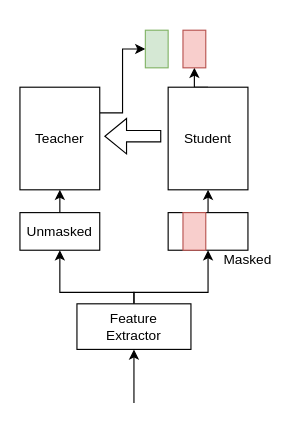
This is Drafts/data2vec.drawio from xrysamuel/my-drawio, a draw.io file, before an edit. Source tidied: cells renumbered, new cells numbered last; positions are measured from the earlier drawing's top-left corner, leaving out a move shared by most shapes. Both pictures are drawn from the tidied source at 114%, with x=0, y=0 at pixel (19, 30).
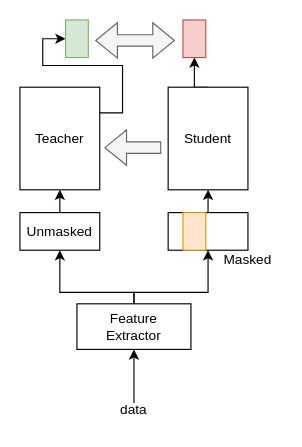
The same diagram, later.

Unchanged cells that the change refers to:
```xml
<mxCell id="11" value="Teacher" style="rounded=0;whiteSpace=wrap;html=1;" parent="1" vertex="1">
  <mxGeometry y="50" width="70" height="90" as="geometry" />
</mxCell>
```

Change to the diagram source:
```diff
@@
-    <mxCell id="9" style="rounded=0;whiteSpace=wrap;html=1;fillColor=#f8cecc;strokeColor=#b85450;fillStyle=auto;" parent="1" vertex="1">
+    <mxCell id="9" style="rounded=0;whiteSpace=wrap;html=1;fillColor=#ffe6cc;strokeColor=#d79b00;fillStyle=auto;" parent="1" vertex="1">
       <mxGeometry x="143" y="160" width="20" height="33" as="geometry" />
     </mxCell>
     <mxCell id="10" style="edgeStyle=orthogonalEdgeStyle;rounded=0;jettySize=auto;html=1;exitX=1;exitY=0.25;exitDx=0;exitDy=0;entryX=0;entryY=0.5;entryDx=0;entryDy=0;" parent="1" edge="1" source="11" target="15">
-      <mxGeometry relative="1" as="geometry" />
+      <mxGeometry relative="1" as="geometry">
+        <Array as="points">
+          <mxPoint x="90" y="73" />
+          <mxPoint x="90" y="31" />
+          <mxPoint x="20" y="31" />
+          <mxPoint x="20" y="8" />
+        </Array>
+      </mxGeometry>
     </mxCell>
@@
     <mxCell id="14" style="rounded=0;whiteSpace=wrap;html=1;fillColor=#f8cecc;strokeColor=#b85450;" parent="1" vertex="1">
-      <mxGeometry x="143" width="20" height="33" as="geometry" />
+      <mxGeometry x="143" y="-9" width="20" height="33" as="geometry" />
     </mxCell>
     <mxCell id="15" style="rounded=0;whiteSpace=wrap;html=1;fillColor=#d5e8d4;strokeColor=#82b366;" parent="1" vertex="1">
-      <mxGeometry x="110" width="20" height="33" as="geometry" />
+      <mxGeometry x="40" y="-9" width="20" height="33" as="geometry" />
     </mxCell>
-    <mxCell id="16" style="shape=flexArrow;endArrow=classic;html=1;rounded=0;" parent="1" edge="1">
+    <mxCell id="16" style="shape=flexArrow;endArrow=classic;html=1;rounded=0;fillColor=#f5f5f5;strokeColor=#666666;" parent="1" edge="1">
       <mxGeometry relative="1" as="geometry">
-        <mxPoint x="124" y="93" as="sourcePoint" />
-        <mxPoint x="74" y="93" as="targetPoint" />
+        <mxPoint x="124" y="103" as="sourcePoint" />
+        <mxPoint x="74" y="103" as="targetPoint" />
       </mxGeometry>
     </mxCell>
@@
+    <mxCell id="19" value="data" style="text;html=1;align=center;verticalAlign=middle;whiteSpace=wrap;rounded=0;" parent="1" vertex="1">
+      <mxGeometry x="70" y="318" width="60" height="30" as="geometry" />
+    </mxCell>
+    <mxCell id="20" style="shape=flexArrow;endArrow=classic;startArrow=classic;html=1;rounded=0;fillColor=#f5f5f5;strokeColor=#666666;" parent="1" edge="1">
+      <mxGeometry relative="1" as="geometry">
+        <mxPoint x="66" y="9" as="sourcePoint" />
+        <mxPoint x="136" y="9" as="targetPoint" />
+      </mxGeometry>
+    </mxCell>
```
